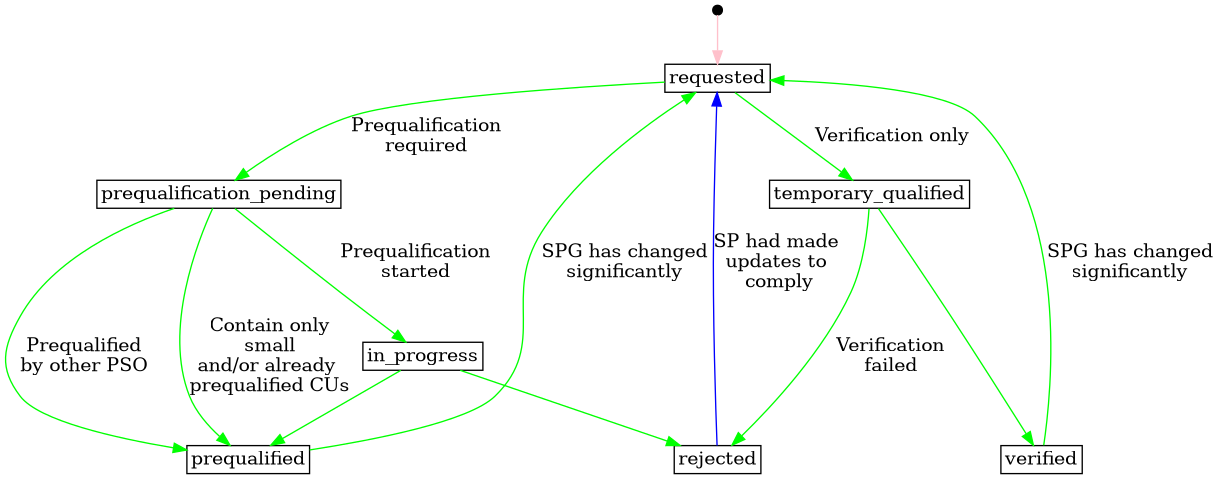
Before: docs/diagrams/service_providing_group_product_application_status.png, a diagram exported from PlantUML (elhub/flex-information-system). Its source is kept beside it as docs/diagrams/service_providing_group_product_application_status.plantuml.
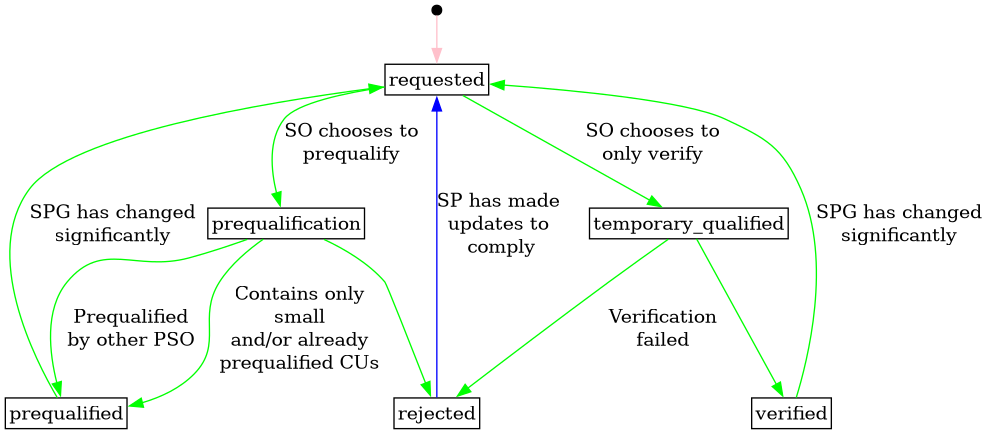
After the change.

The edit, as a diff of the source:
```diff
@@ -11,10 +11,9 @@
     requested;
     {
         rank = same;
-        prequalification_pending;
+        prequalification;
         temporary_qualified;
     }
-    in_progress;
     {
         rank = same;
         verified;
@@ -24,20 +23,18 @@
 
 
     start -> requested [label="", color="pink"];
-    requested ->  prequalification_pending [label="Prequalification\nrequired", color="green"];
-    prequalification_pending -> in_progress [label="Prequalification\nstarted", color="green"];
-    requested -> temporary_qualified [label="Verification only", color="green"];
+    requested -> prequalification [label="SO chooses to\nprequalify", color="green"];
+    requested -> temporary_qualified [label="SO chooses to\nonly verify", color="green"];
 
-    prequalification_pending -> prequalified [label="Prequalified\nby other PSO", color="green"];
-    prequalification_pending -> prequalified [label="Contain only\nsmall\nand/or already \nprequalified CUs", color="green"];
+    prequalification -> prequalified [label="Prequalified\nby other PSO", color="green"];
+    prequalification -> prequalified [label="Contains only\nsmall\nand/or already\nprequalified CUs", color="green"];
+    prequalification -> rejected [color="green"];
+
+    temporary_qualified -> verified [color="green"];
     temporary_qualified -> rejected [label="Verification\nfailed", color="green"];
-    temporary_qualified -> verified [color="green"];
-
-    in_progress -> prequalified [color="green"];
-    in_progress -> rejected [color="green"];
 
     prequalified -> requested [label="SPG has changed\nsignificantly", color="green"];
     verified -> requested [label="SPG has changed\nsignificantly", color="green"];
-    rejected -> requested [label="SP had made \nupdates to \ncomply", color="blue"];
+    rejected -> requested [label="SP has made \nupdates to \ncomply", color="blue"];
 }
 @enddot
```
